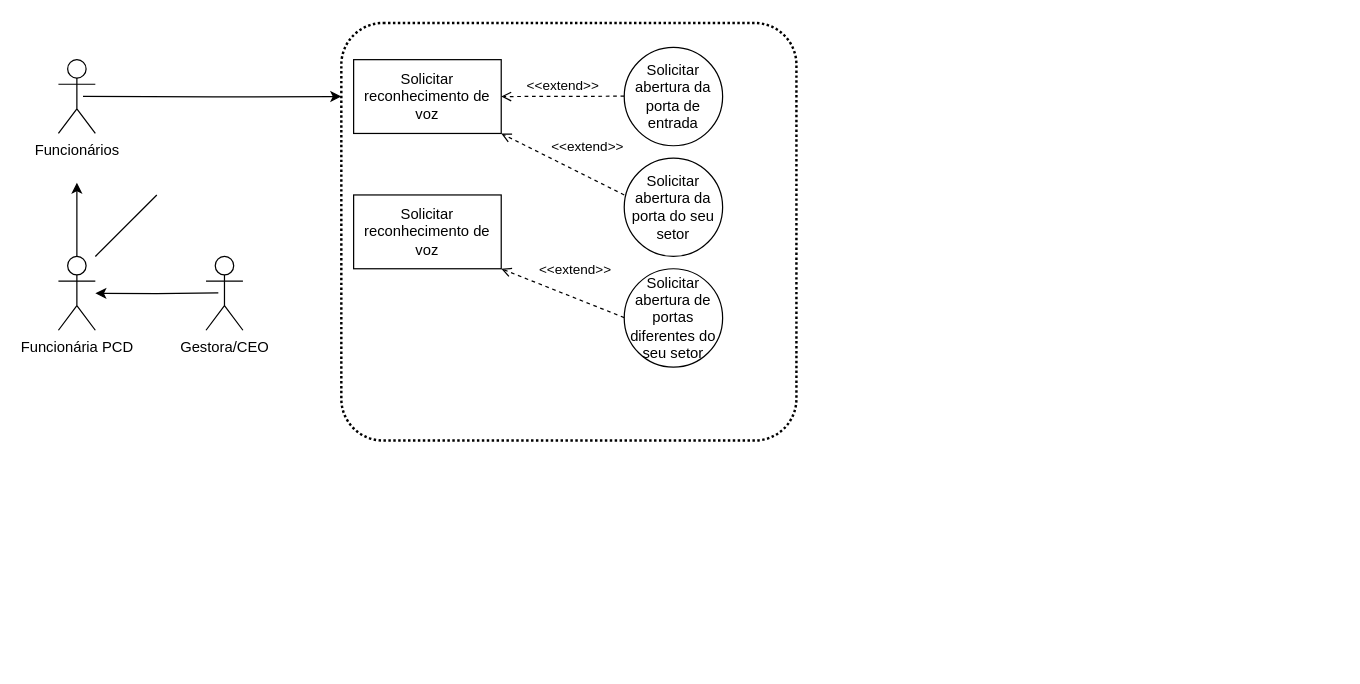
The draw.io diagram Diagrama sem nome.drawio in vwvictor/study, before the edit. Source tidied: cells renumbered, new cells numbered last; positions are measured from the earlier drawing's top-left corner, leaving out a move shared by most shapes. Both pictures are drawn from the tidied source at 123%, with x=0, y=0 at pixel (58, 22).
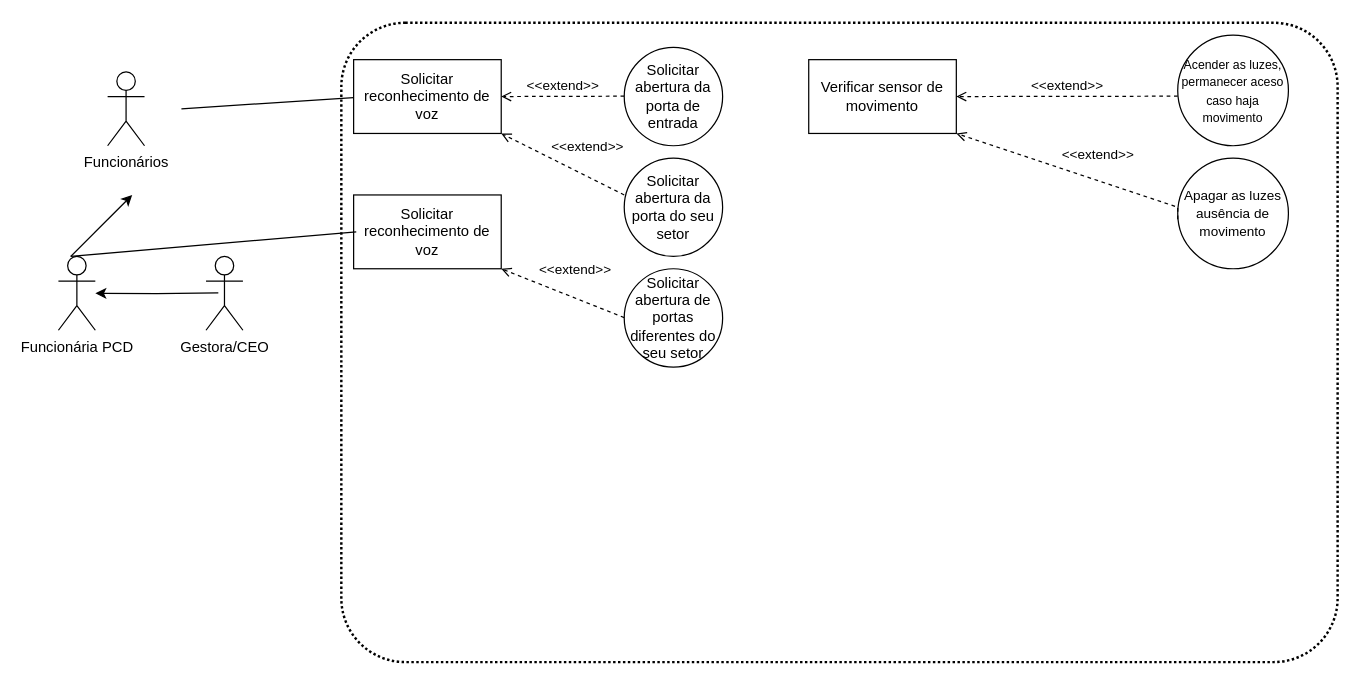
After the change.

The change refers to these unchanged cells:
```xml
<mxCell id="3" value="Funcionária PCD&lt;br&gt;" style="shape=umlActor;verticalLabelPosition=bottom;verticalAlign=top;html=1;outlineConnect=0;" parent="1" vertex="1">
  <mxGeometry y="190" width="30" height="60" as="geometry" />
</mxCell>
```

Diff of the diagram source:
```diff
@@
-    <mxCell id="2" style="edgeStyle=orthogonalEdgeStyle;rounded=0;jettySize=auto;html=1;exitX=0.5;exitY=0;exitDx=0;exitDy=0;exitPerimeter=0;" parent="1" edge="1" source="3">
-      <mxGeometry relative="1" as="geometry">
-        <mxPoint x="15" y="130" as="targetPoint" />
-      </mxGeometry>
-    </mxCell>
@@
-    <mxCell id="4" style="edgeStyle=orthogonalEdgeStyle;rounded=0;jettySize=auto;html=1;exitX=0.5;exitY=0.5;exitDx=0;exitDy=0;exitPerimeter=0;entryX=0;entryY=0.176;entryDx=0;entryDy=0;entryPerimeter=0;" parent="1" edge="1" target="17">
-      <mxGeometry relative="1" as="geometry">
-        <mxPoint x="20" y="59.8" as="sourcePoint" />
-      </mxGeometry>
-    </mxCell>
     <mxCell id="5" value="Funcionários" style="shape=umlActor;verticalLabelPosition=bottom;verticalAlign=top;html=1;" parent="1" vertex="1">
-      <mxGeometry y="30" width="30" height="60" as="geometry" />
+      <mxGeometry x="40" y="40" width="30" height="60" as="geometry" />
     </mxCell>
@@
-    <mxCell id="16" style="endArrow=none;html=1;rounded=0;" parent="1" edge="1">
+    <mxCell id="16" style="endArrow=none;html=1;rounded=0;entryX=-0.002;entryY=0.181;entryDx=0;entryDy=0;entryPerimeter=0;" parent="1" edge="1">
       <mxGeometry relative="1" as="geometry">
-        <mxPoint x="30" y="190" as="sourcePoint" />
-        <mxPoint x="80" y="140" as="targetPoint" />
+        <mxPoint x="100" y="70" as="sourcePoint" />
+        <mxPoint x="240" y="60.8" as="targetPoint" />
       </mxGeometry>
     </mxCell>
     <mxCell id="17" style="rounded=1;arcSize=10;dashed=1;fillColor=none;gradientColor=none;dashPattern=1 1;strokeWidth=2;" parent="1" vertex="1">
-      <mxGeometry x="230" y="0.2" width="370" height="339.5" as="geometry" />
+      <mxGeometry x="230" width="810" height="519.8" as="geometry" />
     </mxCell>
+    <mxCell id="18" style="endArrow=none;html=1;rounded=0;entryX=0.015;entryY=0.327;entryDx=0;entryDy=0;entryPerimeter=0;" parent="1" edge="1" target="17">
+      <mxGeometry relative="1" as="geometry">
+        <mxPoint x="10" y="190" as="sourcePoint" />
+      </mxGeometry>
+    </mxCell>
+    <mxCell id="19" style="endArrow=classic;html=1;rounded=0;" parent="1" edge="1">
+      <mxGeometry relative="1" as="geometry">
+        <mxPoint x="10" y="190" as="sourcePoint" />
+        <mxPoint x="60" y="140" as="targetPoint" />
+      </mxGeometry>
+    </mxCell>
+    <mxCell id="20" value="Verificar sensor de movimento&lt;br&gt;" style="rounded=0;whiteSpace=wrap;html=1;" parent="1" vertex="1">
+      <mxGeometry x="610" y="30" width="120" height="60" as="geometry" />
+    </mxCell>
+    <mxCell id="21" value="&lt;font style=&quot;font-size: 10px;&quot;&gt;Acender as luzes, permanecer aceso caso haja movimento&lt;/font&gt;" style="ellipse;whiteSpace=wrap;html=1;" parent="1" vertex="1">
+      <mxGeometry x="910" y="10" width="90" height="90" as="geometry" />
+    </mxCell>
+    <mxCell id="22" value="&lt;font style=&quot;font-size: 11px;&quot;&gt;Apagar as luzes ausência de movimento&lt;/font&gt;" style="ellipse;whiteSpace=wrap;html=1;" parent="1" vertex="1">
+      <mxGeometry x="910" y="110" width="90" height="90" as="geometry" />
+    </mxCell>
+    <mxCell id="23" value="&amp;lt;&amp;lt;extend&amp;gt;&amp;gt;" style="html=1;verticalAlign=bottom;labelBackgroundColor=none;endArrow=open;endFill=0;dashed=1;rounded=0;entryX=1;entryY=0.5;entryDx=0;entryDy=0;" parent="1" edge="1" target="20">
+      <mxGeometry relative="1" as="geometry">
+        <mxPoint x="910" y="59.7" as="sourcePoint" />
+      </mxGeometry>
+    </mxCell>
+    <mxCell id="24" value="&amp;lt;&amp;lt;extend&amp;gt;&amp;gt;" style="html=1;verticalAlign=bottom;labelBackgroundColor=none;endArrow=open;endFill=0;dashed=1;rounded=0;entryX=1;entryY=1;entryDx=0;entryDy=0;" parent="1" edge="1" target="20">
+      <mxGeometry x="-0.18" y="-12" relative="1" as="geometry">
+        <mxPoint x="910" y="159.7" as="sourcePoint" />
+        <Array as="points">
+          <mxPoint x="910" y="150" />
+        </Array>
+      </mxGeometry>
+    </mxCell>
```
